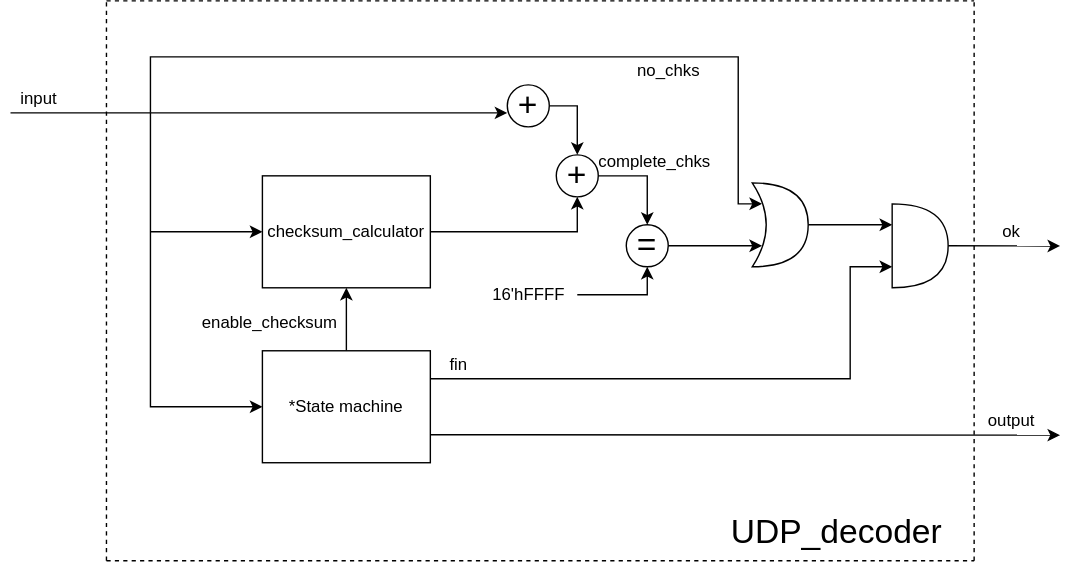
Above: Documentation/Block_diagram/UDP_decoder_bd.svg in ntpt7921/Verilog_UDP_TCP (draw.io), before the change. Source tidied: cells renumbered, new cells last; positions are measured from the earlier drawing's top-left corner, leaving out a move shared by most shapes. Source of this version:
```xml
<mxGraphModel>
  <root>
    <mxCell id="0" />
    <mxCell id="1" parent="0" />
    <mxCell id="2" style="edgeStyle=none;rounded=0;jettySize=auto;html=1;fontSize=12;" parent="1" edge="1" source="4" target="7">
      <mxGeometry relative="1" as="geometry" />
    </mxCell>
    <mxCell id="3" style="edgeStyle=none;rounded=0;jettySize=auto;html=1;exitX=1;exitY=0.75;exitDx=0;exitDy=0;fontSize=12;" parent="1" edge="1" source="4">
      <mxGeometry relative="1" as="geometry">
        <mxPoint x="750" y="310.3" as="targetPoint" />
      </mxGeometry>
    </mxCell>
    <mxCell id="4" value="*State machine" style="rounded=0;whiteSpace=wrap;html=1;" parent="1" vertex="1">
      <mxGeometry x="180" y="250" width="120" height="80" as="geometry" />
    </mxCell>
    <mxCell id="5" style="edgeStyle=none;rounded=0;jettySize=auto;html=1;exitX=1;exitY=0.5;exitDx=0;exitDy=0;entryX=0.5;entryY=1;entryDx=0;entryDy=0;fontSize=24;" parent="1" edge="1" source="7" target="9">
      <mxGeometry relative="1" as="geometry">
        <Array as="points">
          <mxPoint x="405" y="165" />
        </Array>
      </mxGeometry>
    </mxCell>
    <mxCell id="6" style="edgeStyle=none;rounded=0;jettySize=auto;html=1;exitX=0.5;exitY=0;exitDx=0;exitDy=0;fontSize=12;" parent="1" edge="1" source="7">
      <mxGeometry relative="1" as="geometry">
        <mxPoint x="240" y="124.8" as="targetPoint" />
      </mxGeometry>
    </mxCell>
    <mxCell id="7" value="&lt;div&gt;checksum_calculator&lt;/div&gt;" style="rounded=0;whiteSpace=wrap;html=1;" parent="1" vertex="1">
      <mxGeometry x="180" y="125" width="120" height="80" as="geometry" />
    </mxCell>
    <mxCell id="8" style="edgeStyle=none;rounded=0;jettySize=auto;html=1;exitX=1;exitY=0.5;exitDx=0;exitDy=0;entryX=0.5;entryY=0;entryDx=0;entryDy=0;fontSize=24;" parent="1" edge="1" source="9" target="11">
      <mxGeometry relative="1" as="geometry">
        <Array as="points">
          <mxPoint x="455" y="125" />
        </Array>
      </mxGeometry>
    </mxCell>
    <mxCell id="9" value="+" style="ellipse;whiteSpace=wrap;html=1;fontSize=24;" parent="1" vertex="1">
      <mxGeometry x="390" y="110" width="30" height="30" as="geometry" />
    </mxCell>
    <mxCell id="10" style="edgeStyle=none;rounded=0;jettySize=auto;html=1;exitX=1;exitY=0.5;exitDx=0;exitDy=0;fontSize=12;entryX=0.175;entryY=0.75;entryDx=0;entryDy=0;entryPerimeter=0;" parent="1" edge="1" source="11" target="13">
      <mxGeometry relative="1" as="geometry" />
    </mxCell>
    <mxCell id="11" value="=" style="ellipse;whiteSpace=wrap;html=1;fontSize=24;" parent="1" vertex="1">
      <mxGeometry x="440" y="160" width="30" height="30" as="geometry" />
    </mxCell>
    <mxCell id="12" style="edgeStyle=none;rounded=0;jettySize=auto;html=1;fontSize=12;entryX=0;entryY=0.25;entryDx=0;entryDy=0;entryPerimeter=0;" parent="1" edge="1" source="13" target="15">
      <mxGeometry relative="1" as="geometry" />
    </mxCell>
    <mxCell id="13" style="shape=xor;whiteSpace=wrap;html=1;fontSize=24;" parent="1" vertex="1">
      <mxGeometry x="530" y="130" width="40" height="60" as="geometry" />
    </mxCell>
    <mxCell id="14" style="edgeStyle=none;rounded=0;jettySize=auto;html=1;exitX=1;exitY=0.5;exitDx=0;exitDy=0;exitPerimeter=0;fontSize=12;" parent="1" edge="1" source="15">
      <mxGeometry relative="1" as="geometry">
        <mxPoint x="750" y="175.1" as="targetPoint" />
      </mxGeometry>
    </mxCell>
    <mxCell id="15" style="shape=or;whiteSpace=wrap;html=1;fontSize=24;" parent="1" vertex="1">
      <mxGeometry x="630" y="145" width="40" height="60" as="geometry" />
    </mxCell>
    <mxCell id="16" style="edgeStyle=none;rounded=0;jettySize=auto;html=1;entryX=0.5;entryY=1;entryDx=0;entryDy=0;fontSize=12;" parent="1" edge="1" source="17" target="11">
      <mxGeometry relative="1" as="geometry">
        <Array as="points">
          <mxPoint x="455" y="210" />
        </Array>
      </mxGeometry>
    </mxCell>
    <mxCell id="17" value="&lt;div&gt;16'hFFFF&lt;/div&gt;" style="text;html=1;align=center;verticalAlign=middle;points=[];strokeColor=none;fillColor=none;fontSize=12;" parent="1" vertex="1">
      <mxGeometry x="335" y="200" width="70" height="20" as="geometry" />
    </mxCell>
    <mxCell id="18" style="endArrow=classic;html=1;rounded=0;fontSize=12;exitX=1;exitY=0.25;exitDx=0;exitDy=0;entryX=0;entryY=0.75;entryDx=0;entryDy=0;entryPerimeter=0;" parent="1" edge="1" source="4" target="15">
      <mxGeometry relative="1" as="geometry">
        <Array as="points">
          <mxPoint x="600" y="270" />
          <mxPoint x="600" y="190" />
        </Array>
      </mxGeometry>
    </mxCell>
    <mxCell id="19" style="endArrow=classic;html=1;rounded=0;fontSize=12;entryX=0;entryY=0.667;entryDx=0;entryDy=0;entryPerimeter=0;" parent="1" edge="1" target="21">
      <mxGeometry relative="1" as="geometry">
        <mxPoint y="80" as="sourcePoint" />
      </mxGeometry>
    </mxCell>
    <mxCell id="20" style="edgeStyle=none;rounded=0;jettySize=auto;html=1;entryX=0.5;entryY=0;entryDx=0;entryDy=0;fontSize=12;" parent="1" edge="1" source="21" target="9">
      <mxGeometry relative="1" as="geometry">
        <Array as="points">
          <mxPoint x="405" y="75" />
        </Array>
      </mxGeometry>
    </mxCell>
    <mxCell id="21" value="+" style="ellipse;whiteSpace=wrap;html=1;fontSize=24;" parent="1" vertex="1">
      <mxGeometry x="355" y="60" width="30" height="30" as="geometry" />
    </mxCell>
    <mxCell id="22" style="endArrow=classic;html=1;rounded=0;fontSize=12;entryX=0;entryY=0.5;entryDx=0;entryDy=0;" parent="1" edge="1" target="4">
      <mxGeometry relative="1" as="geometry">
        <mxPoint x="100" y="80" as="sourcePoint" />
        <Array as="points">
          <mxPoint x="100" y="290" />
        </Array>
      </mxGeometry>
    </mxCell>
    <mxCell id="23" style="endArrow=classic;html=1;rounded=0;fontSize=12;entryX=0;entryY=0.5;entryDx=0;entryDy=0;" parent="1" edge="1" target="7">
      <mxGeometry relative="1" as="geometry">
        <mxPoint x="100" y="165" as="sourcePoint" />
      </mxGeometry>
    </mxCell>
    <mxCell id="24" value="input" style="text;html=1;align=center;verticalAlign=middle;strokeColor=none;fillColor=none;fontSize=12;" parent="1" vertex="1">
      <mxGeometry y="60" width="40" height="20" as="geometry" />
    </mxCell>
    <mxCell id="25" style="endArrow=classic;html=1;rounded=0;fontSize=12;entryX=0.175;entryY=0.25;entryDx=0;entryDy=0;entryPerimeter=0;" parent="1" edge="1" target="13">
      <mxGeometry relative="1" as="geometry">
        <mxPoint x="100" y="80" as="sourcePoint" />
        <Array as="points">
          <mxPoint x="100" y="40" />
          <mxPoint x="520" y="40" />
          <mxPoint x="520" y="100" />
          <mxPoint x="520" y="145" />
        </Array>
      </mxGeometry>
    </mxCell>
    <mxCell id="26" value="&lt;div&gt;no_chks&lt;/div&gt;" style="text;html=1;align=center;verticalAlign=middle;strokeColor=none;fillColor=none;fontSize=12;" parent="1" vertex="1">
      <mxGeometry x="440" y="40" width="60" height="20" as="geometry" />
    </mxCell>
    <mxCell id="27" value="&lt;div&gt;complete_chks&lt;/div&gt;" style="text;html=1;align=center;verticalAlign=middle;strokeColor=none;fillColor=none;fontSize=12;" parent="1" vertex="1">
      <mxGeometry x="410" y="105" width="100" height="20" as="geometry" />
    </mxCell>
    <mxCell id="28" value="&lt;div&gt;fin&lt;/div&gt;" style="text;html=1;align=center;verticalAlign=middle;strokeColor=none;fillColor=none;fontSize=12;" parent="1" vertex="1">
      <mxGeometry x="305" y="250" width="30" height="20" as="geometry" />
    </mxCell>
    <mxCell id="29" value="&lt;div&gt;ok&lt;/div&gt;" style="text;html=1;align=center;verticalAlign=middle;strokeColor=none;fillColor=none;fontSize=12;" parent="1" vertex="1">
      <mxGeometry x="700" y="155" width="30" height="20" as="geometry" />
    </mxCell>
    <mxCell id="30" value="output" style="text;html=1;align=center;verticalAlign=middle;strokeColor=none;fillColor=none;fontSize=12;" parent="1" vertex="1">
      <mxGeometry x="690" y="290" width="50" height="20" as="geometry" />
    </mxCell>
    <mxCell id="31" style="endArrow=none;dashed=1;html=1;rounded=0;fontSize=12;" parent="1" edge="1">
      <mxGeometry relative="1" as="geometry">
        <mxPoint x="68.6" as="sourcePoint" />
        <mxPoint x="688.6" as="targetPoint" />
      </mxGeometry>
    </mxCell>
    <mxCell id="32" style="endArrow=none;dashed=1;html=1;rounded=0;fontSize=12;" parent="1" edge="1">
      <mxGeometry relative="1" as="geometry">
        <mxPoint x="68.6" y="400" as="sourcePoint" />
        <mxPoint x="688.6" y="400" as="targetPoint" />
      </mxGeometry>
    </mxCell>
    <mxCell id="33" style="endArrow=none;dashed=1;html=1;rounded=0;fontSize=12;" parent="1" edge="1">
      <mxGeometry relative="1" as="geometry">
        <mxPoint x="68.6" y="400" as="sourcePoint" />
        <mxPoint x="68.6" as="targetPoint" />
      </mxGeometry>
    </mxCell>
    <mxCell id="34" style="endArrow=none;dashed=1;html=1;rounded=0;fontSize=12;" parent="1" edge="1">
      <mxGeometry relative="1" as="geometry">
        <mxPoint x="688.6" y="400" as="sourcePoint" />
        <mxPoint x="688.6" as="targetPoint" />
      </mxGeometry>
    </mxCell>
    <mxCell id="35" value="&lt;font style=&quot;font-size: 24px&quot;&gt;UDP_decoder&lt;/font&gt;" style="text;html=1;align=center;verticalAlign=middle;strokeColor=none;fillColor=none;fontSize=12;" parent="1" vertex="1">
      <mxGeometry x="505" y="370" width="170" height="20" as="geometry" />
    </mxCell>
    <mxCell id="36" value="&lt;div&gt;enable_checksum&lt;/div&gt;" style="text;html=1;align=center;verticalAlign=middle;strokeColor=none;fillColor=none;fontSize=12;" parent="1" vertex="1">
      <mxGeometry x="130" y="220" width="110" height="20" as="geometry" />
    </mxCell>
  </root>
</mxGraphModel>
```
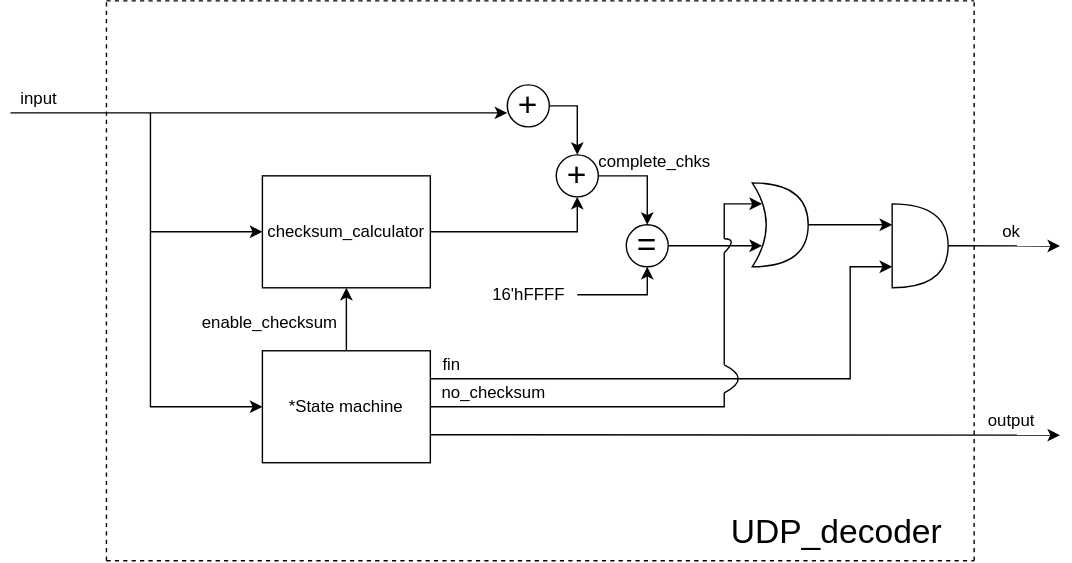
Later version of the same file.

Commit message:
Cập nhật UDP_decoder_sd.svg

Change to the diagram source:
```diff
@@ -107,26 +107,9 @@
     <mxCell id="24" value="input" style="text;html=1;align=center;verticalAlign=middle;strokeColor=none;fillColor=none;fontSize=12;" parent="1" vertex="1">
       <mxGeometry y="60" width="40" height="20" as="geometry" />
     </mxCell>
-    <mxCell id="25" style="endArrow=classic;html=1;rounded=0;fontSize=12;entryX=0.175;entryY=0.25;entryDx=0;entryDy=0;entryPerimeter=0;" parent="1" edge="1" target="13">
-      <mxGeometry relative="1" as="geometry">
-        <mxPoint x="100" y="80" as="sourcePoint" />
-        <Array as="points">
-          <mxPoint x="100" y="40" />
-          <mxPoint x="520" y="40" />
-          <mxPoint x="520" y="100" />
-          <mxPoint x="520" y="145" />
-        </Array>
-      </mxGeometry>
-    </mxCell>
-    <mxCell id="26" value="&lt;div&gt;no_chks&lt;/div&gt;" style="text;html=1;align=center;verticalAlign=middle;strokeColor=none;fillColor=none;fontSize=12;" parent="1" vertex="1">
-      <mxGeometry x="440" y="40" width="60" height="20" as="geometry" />
-    </mxCell>
     <mxCell id="27" value="&lt;div&gt;complete_chks&lt;/div&gt;" style="text;html=1;align=center;verticalAlign=middle;strokeColor=none;fillColor=none;fontSize=12;" parent="1" vertex="1">
       <mxGeometry x="410" y="105" width="100" height="20" as="geometry" />
     </mxCell>
-    <mxCell id="28" value="&lt;div&gt;fin&lt;/div&gt;" style="text;html=1;align=center;verticalAlign=middle;strokeColor=none;fillColor=none;fontSize=12;" parent="1" vertex="1">
-      <mxGeometry x="305" y="250" width="30" height="20" as="geometry" />
-    </mxCell>
     <mxCell id="29" value="&lt;div&gt;ok&lt;/div&gt;" style="text;html=1;align=center;verticalAlign=middle;strokeColor=none;fillColor=none;fontSize=12;" parent="1" vertex="1">
       <mxGeometry x="700" y="155" width="30" height="20" as="geometry" />
     </mxCell>
@@ -163,5 +146,51 @@
     <mxCell id="36" value="&lt;div&gt;enable_checksum&lt;/div&gt;" style="text;html=1;align=center;verticalAlign=middle;strokeColor=none;fillColor=none;fontSize=12;" parent="1" vertex="1">
       <mxGeometry x="130" y="220" width="110" height="20" as="geometry" />
     </mxCell>
+    <mxCell id="28" value="fin" style="text;html=1;align=center;verticalAlign=middle;strokeColor=none;fillColor=none;" parent="1" vertex="1">
+      <mxGeometry x="300" y="250" width="30" height="20" as="geometry" />
+    </mxCell>
+    <mxCell id="37" value="no_checksum" style="text;html=1;align=center;verticalAlign=middle;strokeColor=none;fillColor=none;" parent="1" vertex="1">
+      <mxGeometry x="300" y="270" width="90" height="20" as="geometry" />
+    </mxCell>
+    <mxCell id="38" style="endArrow=none;html=1;rounded=0;exitX=1;exitY=0.5;exitDx=0;exitDy=0;" parent="1" edge="1" source="4">
+      <mxGeometry relative="1" as="geometry">
+        <mxPoint x="510" y="280" as="targetPoint" />
+        <Array as="points">
+          <mxPoint x="510" y="290" />
+        </Array>
+      </mxGeometry>
+    </mxCell>
+    <mxCell id="39" style="endArrow=none;html=1;rounded=0;" parent="1" edge="1">
+      <mxGeometry relative="1" as="geometry">
+        <mxPoint x="510" y="260" as="sourcePoint" />
+        <mxPoint x="510" y="180" as="targetPoint" />
+      </mxGeometry>
+    </mxCell>
+    <mxCell id="40" style="endArrow=classic;html=1;rounded=0;entryX=0.175;entryY=0.25;entryDx=0;entryDy=0;entryPerimeter=0;" parent="1" edge="1" target="13">
+      <mxGeometry relative="1" as="geometry">
+        <mxPoint x="510" y="170" as="sourcePoint" />
+        <Array as="points">
+          <mxPoint x="510" y="145" />
+        </Array>
+      </mxGeometry>
+    </mxCell>
+    <mxCell id="41" style="endArrow=none;html=1;rounded=0;curved=1;" parent="1" edge="1">
+      <mxGeometry relative="1" as="geometry">
+        <mxPoint x="510" y="180" as="sourcePoint" />
+        <mxPoint x="510" y="170" as="targetPoint" />
+        <Array as="points">
+          <mxPoint x="520" y="170" />
+        </Array>
+      </mxGeometry>
+    </mxCell>
+    <mxCell id="42" style="endArrow=none;html=1;rounded=0;curved=1;" parent="1" edge="1">
+      <mxGeometry relative="1" as="geometry">
+        <mxPoint x="510" y="280" as="sourcePoint" />
+        <mxPoint x="510" y="260" as="targetPoint" />
+        <Array as="points">
+          <mxPoint x="530" y="270" />
+        </Array>
+      </mxGeometry>
+    </mxCell>
   </root>
 </mxGraphModel>
```
